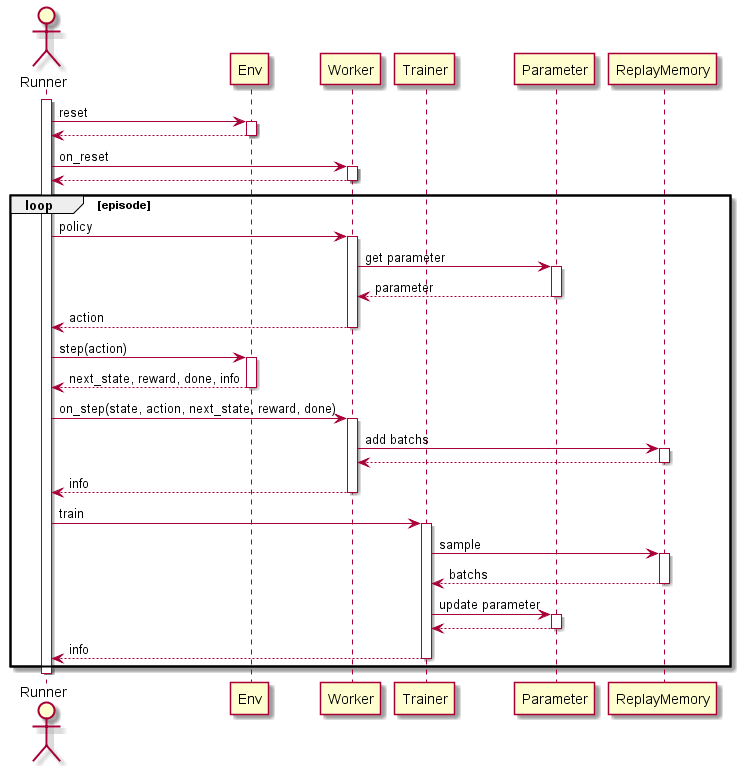
The PlantUML diagram diagrams/sync_flow.png in pocokhc/simple_distributed_rl, before a commit.
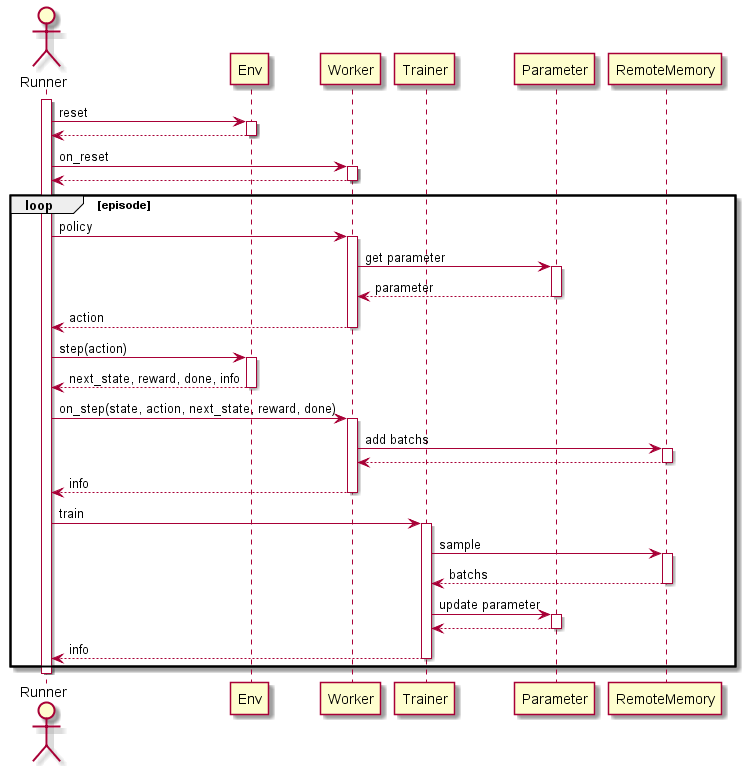
The same diagram one commit later.

Change to the diagram source:
```diff
@@ -6,7 +6,7 @@
 participant Worker
 participant Trainer
 participant Parameter
-participant ReplayMemory
+participant RemoteMemory
 
 
 activate Runner
@@ -25,12 +25,12 @@
     return next_state, reward, done, info
 
     Runner -> Worker: on_step(state, action, next_state, reward, done)
-        Worker -> ReplayMemory: add batchs
+        Worker -> RemoteMemory: add batchs
         return
     return info
 
     Runner -> Trainer: train
-        Trainer -> ReplayMemory: sample
+        Trainer -> RemoteMemory: sample
         return batchs
 
         Trainer -> Parameter: update parameter
```
